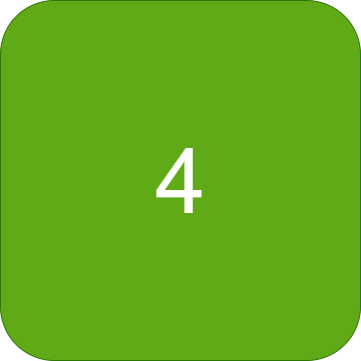
Earlier version of the draw.io export Rush Hour Main/assets/MapButtons/4(B).png (zintom69/Game-Rush-Hour). Source tidied: cells renumbered, new cells last; positions are measured from the earlier drawing's top-left corner, leaving out a move shared by most shapes. Source of this version:
```xml
<mxGraphModel>
  <root>
    <mxCell id="0" />
    <mxCell id="1" parent="0" />
    <mxCell id="2" value="&lt;span style=&quot;font-size: 90px;&quot;&gt;4&lt;/span&gt;" style="rounded=1;whiteSpace=wrap;html=1;fillColor=#60a917;fontColor=#ffffff;strokeColor=#2D7600;" parent="1" vertex="1">
      <mxGeometry width="360" height="360" as="geometry" />
    </mxCell>
  </root>
</mxGraphModel>
```
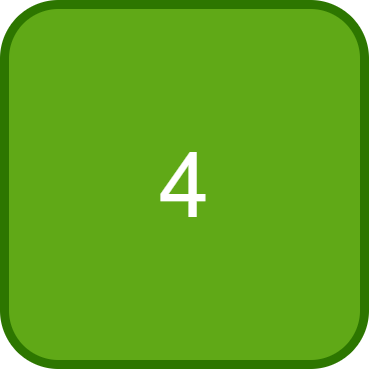
The same file after the commit.

Diff of the diagram source:
```diff
@@ -2,7 +2,7 @@
   <root>
     <mxCell id="0" />
     <mxCell id="1" parent="0" />
-    <mxCell id="2" value="&lt;span style=&quot;font-size: 90px;&quot;&gt;4&lt;/span&gt;" style="rounded=1;whiteSpace=wrap;html=1;fillColor=#60a917;fontColor=#ffffff;strokeColor=#2D7600;" parent="1" vertex="1">
+    <mxCell id="2" value="&lt;span style=&quot;font-size: 90px;&quot;&gt;4&lt;/span&gt;" style="rounded=1;whiteSpace=wrap;html=1;strokeWidth=9;fillColor=#60a917;fontColor=#ffffff;strokeColor=#2D7600;" parent="1" vertex="1">
       <mxGeometry width="360" height="360" as="geometry" />
     </mxCell>
   </root>
```
